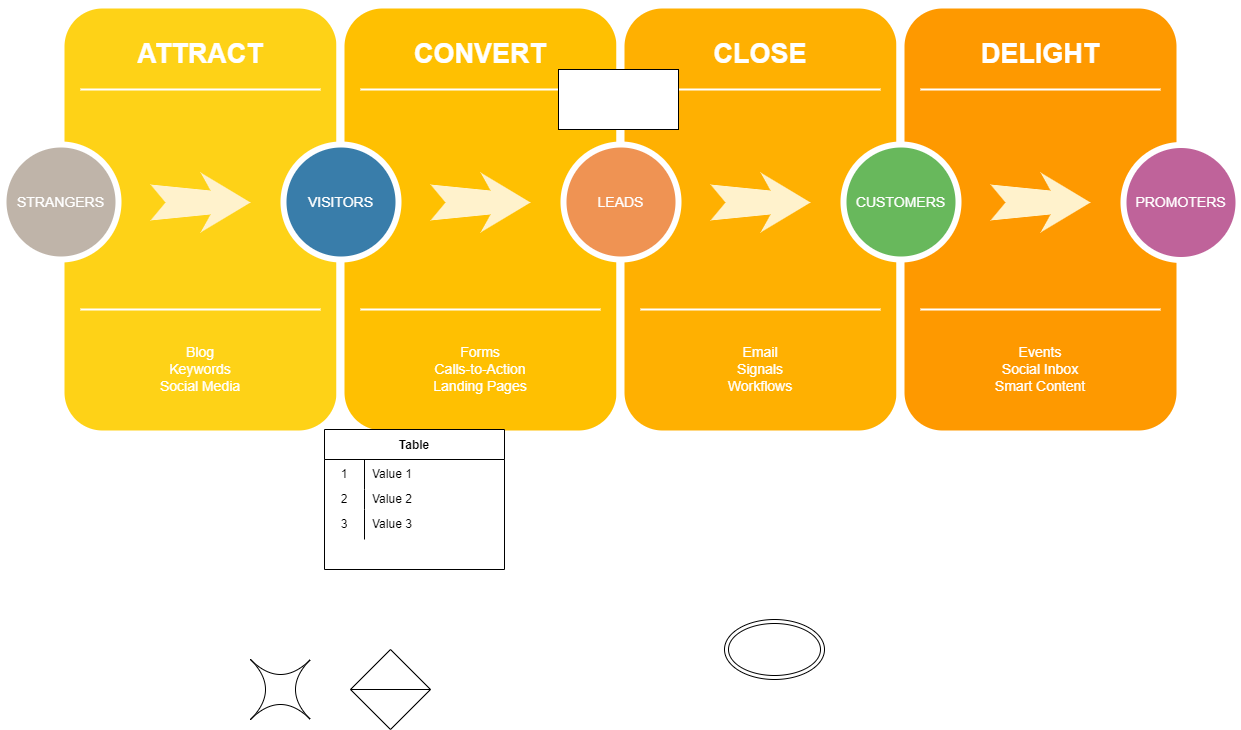
Earlier version of the draw.io export Untitled Diagram.drawio.png (shenyuedong/chapter1). Source tidied: cells renumbered, new cells last; positions are measured from the earlier drawing's top-left corner, leaving out a move shared by most shapes.
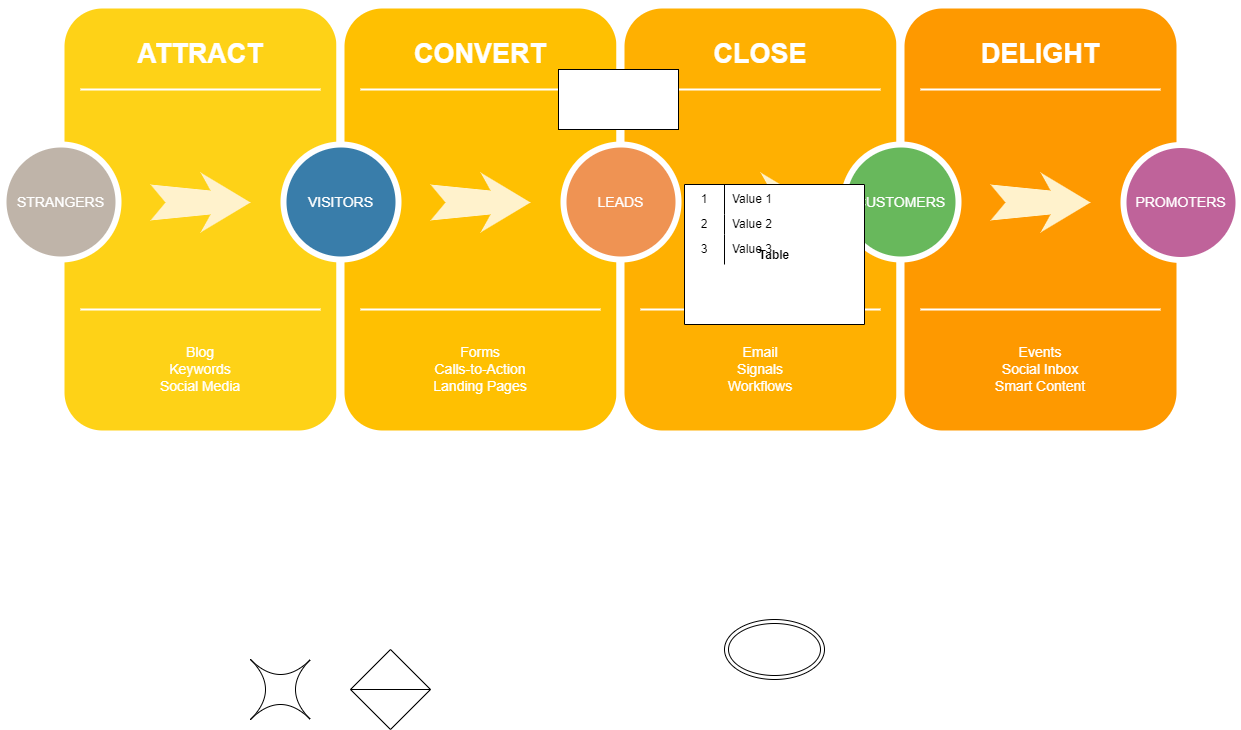
The same file after the commit.

What changed in the source:
```diff
@@ -92,11 +92,11 @@
     <mxCell id="31" style="rounded=0;whiteSpace=wrap;html=1;" parent="1" vertex="1">
       <mxGeometry x="555" y="65" width="120" height="60" as="geometry" />
     </mxCell>
-    <mxCell id="32" value="Table" style="shape=table;startSize=30;rowLines=0;fontStyle=1;" parent="1" vertex="1">
-      <mxGeometry x="321" y="425" width="180" height="140" as="geometry" />
+    <mxCell id="32" value="Table" style="shape=table;startSize=0;rowLines=0;fontStyle=1;" parent="1" vertex="1">
+      <mxGeometry x="681" y="180" width="180" height="140" as="geometry" />
     </mxCell>
     <mxCell id="33" style="shape=tableRow;horizontal=0;startSize=0;swimlaneHead=0;swimlaneBody=0;top=0;left=0;bottom=0;right=0;fillColor=none;" parent="32" vertex="1">
-      <mxGeometry y="30" width="180" height="30" as="geometry" />
+      <mxGeometry width="180" height="30" as="geometry" />
     </mxCell>
     <mxCell id="34" value="1" style="shape=partialRectangle;html=1;whiteSpace=wrap;fillColor=none;top=0;left=0;bottom=0;right=0;overflow=hidden;" parent="33" vertex="1">
       <mxGeometry width="40" height="30" as="geometry" />
@@ -105,7 +105,7 @@
       <mxGeometry x="40" width="140" height="30" as="geometry" />
     </mxCell>
     <mxCell id="36" style="shape=tableRow;horizontal=0;startSize=0;swimlaneHead=0;swimlaneBody=0;top=0;left=0;bottom=0;right=0;fillColor=none;" parent="32" vertex="1">
-      <mxGeometry y="60" width="180" height="20" as="geometry" />
+      <mxGeometry y="30" width="180" height="20" as="geometry" />
     </mxCell>
     <mxCell id="37" value="2" style="shape=partialRectangle;html=1;whiteSpace=wrap;fillColor=none;top=0;left=0;bottom=0;right=0;overflow=hidden;" parent="36" vertex="1">
       <mxGeometry width="40" height="20" as="geometry" />
@@ -114,7 +114,7 @@
       <mxGeometry x="40" width="140" height="20" as="geometry" />
     </mxCell>
     <mxCell id="39" style="shape=tableRow;horizontal=0;startSize=0;swimlaneHead=0;swimlaneBody=0;top=0;left=0;bottom=0;right=0;fillColor=none;" parent="32" vertex="1">
-      <mxGeometry y="80" width="180" height="30" as="geometry" />
+      <mxGeometry y="50" width="180" height="30" as="geometry" />
     </mxCell>
     <mxCell id="40" value="3" style="shape=partialRectangle;html=1;whiteSpace=wrap;fillColor=none;top=0;left=0;bottom=0;right=0;overflow=hidden;" parent="39" vertex="1">
       <mxGeometry width="40" height="30" as="geometry" />
```
